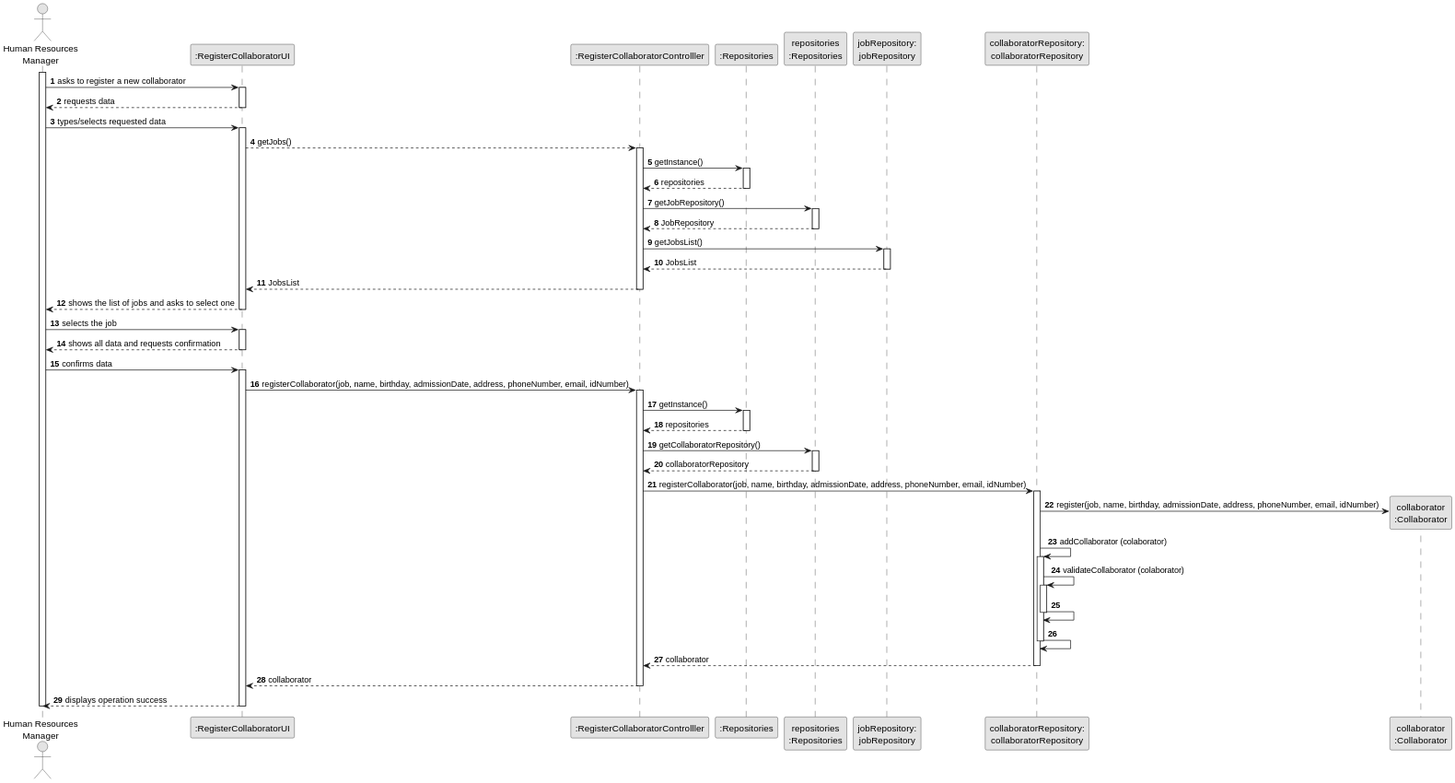
The PlantUML diagram docs/sprintA&B/us003/03.design/svg/us003-sequence-diagram-full.svg in daniel41silva05/ISEP_2023_2024_LAPR2, before a commit.
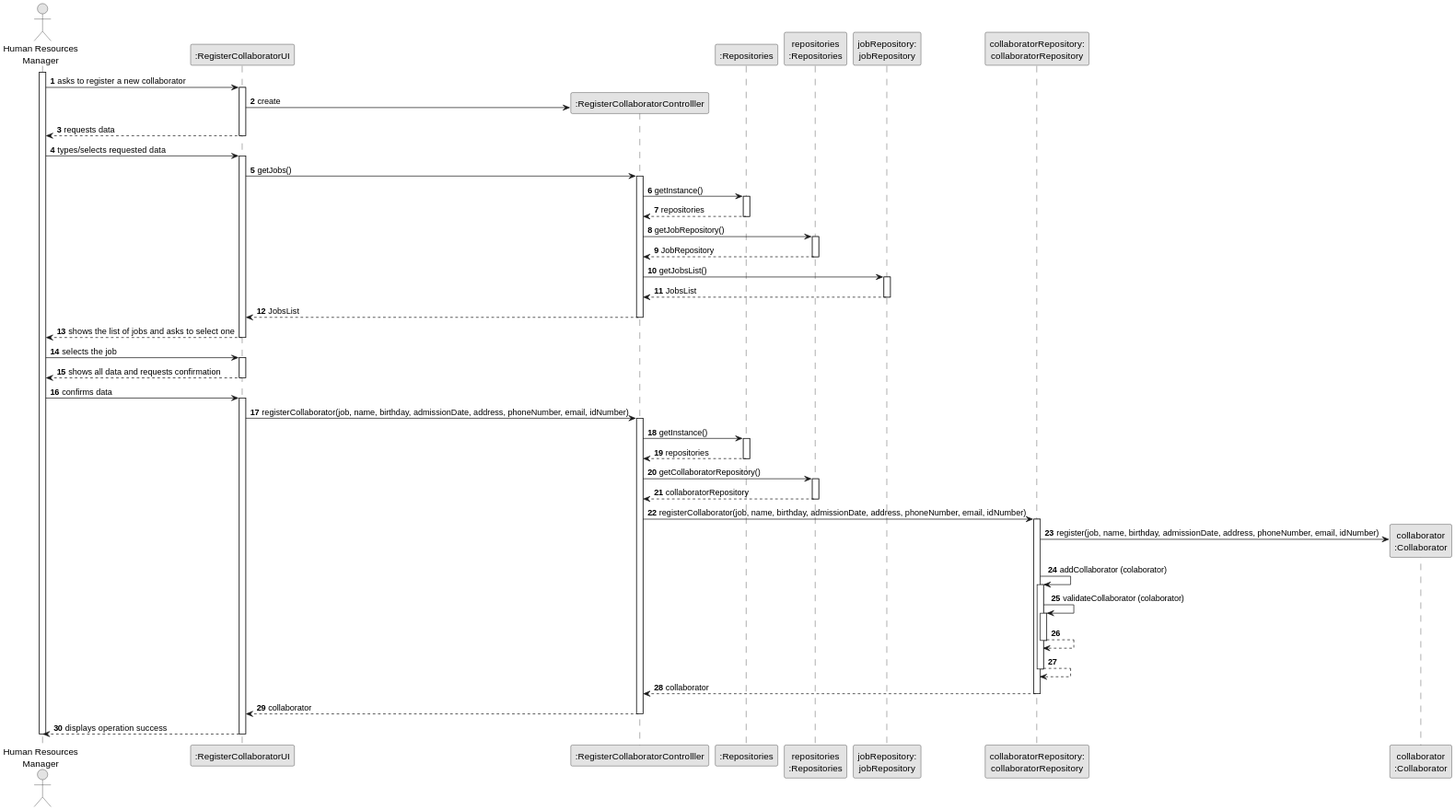
After the commit.

The edit, as a diff of the source:
```diff
@@ -19,13 +19,15 @@
     HRM -> UI : asks to register a new collaborator
     activate UI
 
+        UI -> CTRL** : create
+
     UI --> HRM : requests data
     deactivate UI
 
     HRM -> UI : types/selects requested data
     activate UI
 
-        UI --> CTRL : getJobs()
+        UI -> CTRL : getJobs()
         activate CTRL
 
             CTRL -> REP : getInstance()
@@ -87,10 +89,10 @@
                 collaboratorRepository -> collaboratorRepository: validateCollaborator (colaborator)
                 activate collaboratorRepository
 
-                collaboratorRepository -> collaboratorRepository
+                collaboratorRepository --> collaboratorRepository
                 deactivate collaboratorRepository
 
-                collaboratorRepository -> collaboratorRepository
+                collaboratorRepository --> collaboratorRepository
                 deactivate collaboratorRepository
 
             collaboratorRepository --> CTRL: collaborator
```
